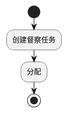
The PlantUML diagram uml/flow.svg in WFUing/inspecflow, before a commit. Source of this version:
```plantuml
@startuml
start
:创建督察任务;
:分配;
stop
@enduml
```
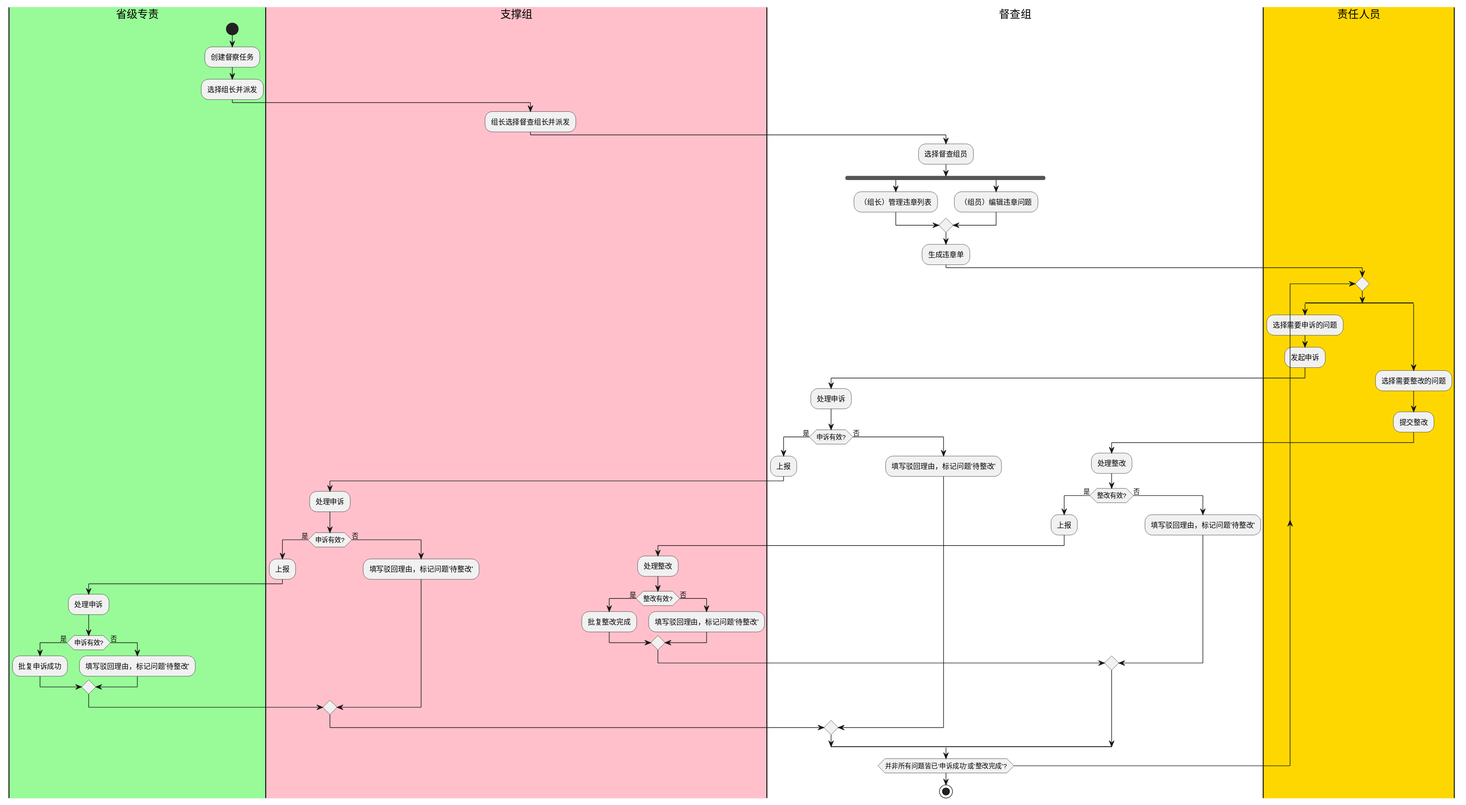
Above is the later version.

Change to the diagram source:
```diff
@@ -1,6 +1,68 @@
 @startuml
+|#palegreen|省级专责|
 start
 :创建督察任务;
-:分配;
+:选择组长并派发;
+|#pink|支撑组|
+:组长选择督查组长并派发;
+|督查组|
+:选择督查组员;
+fork
+    :（组长）管理违章列表;
+fork again
+    :（组员）编辑违章问题;
+end merge
+:生成违章单;
+|#gold|责任人员|
+repeat
+split
+:选择需要申诉的问题;
+:发起申诉;
+|督查组|
+:处理申诉;
+if (申诉有效?) then (是)
+    :上报;
+|支撑组|
+    :处理申诉;
+    if (申诉有效?) then (是)
+        :上报;
+|省级专责|
+        :处理申诉;
+        if (申诉有效?) then (是)
+            :批复申诉成功;
+        else (否)
+            :填写驳回理由，标记问题'待整改';
+        endif
+    else (否)
+|支撑组|
+        :填写驳回理由，标记问题'待整改';
+    end if
+else (否)
+|督查组|
+    :填写驳回理由，标记问题'待整改';
+endif
+
+split again
+|责任人员|
+:选择需要整改的问题;
+:提交整改;
+|督查组|
+:处理整改;
+if (整改有效?) then (是)
+    :上报;
+|支撑组|
+    :处理整改;
+    if (整改有效?) then (是)
+        :批复整改完成;
+    else (否)
+        :填写驳回理由，标记问题'待整改';
+    endif
+else (否)
+|督查组|
+    :填写驳回理由，标记问题'待整改';
+endif
+end split
+repeat while (并非所有问题皆已'申诉成功'或'整改完成'?)
+
 stop
 @enduml
```
